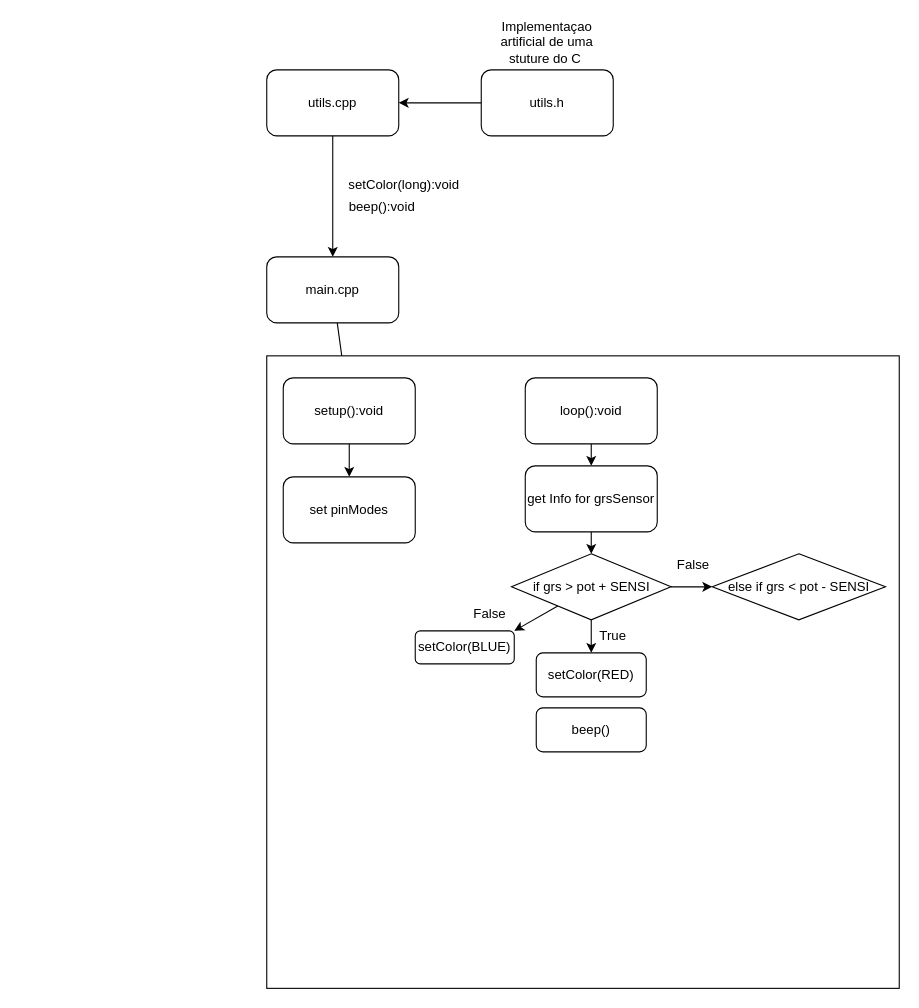
QuittoGames/Poligrafo_Cpp keeps this draw.io diagram as arquiteture.drawio. Above is the earlier version. Source tidied: cells renumbered, new cells numbered last; positions are measured from the earlier drawing's top-left corner, leaving out a move shared by most shapes. Both pictures are drawn from the tidied source at 110%, with x=0, y=0 at pixel (266, 25).
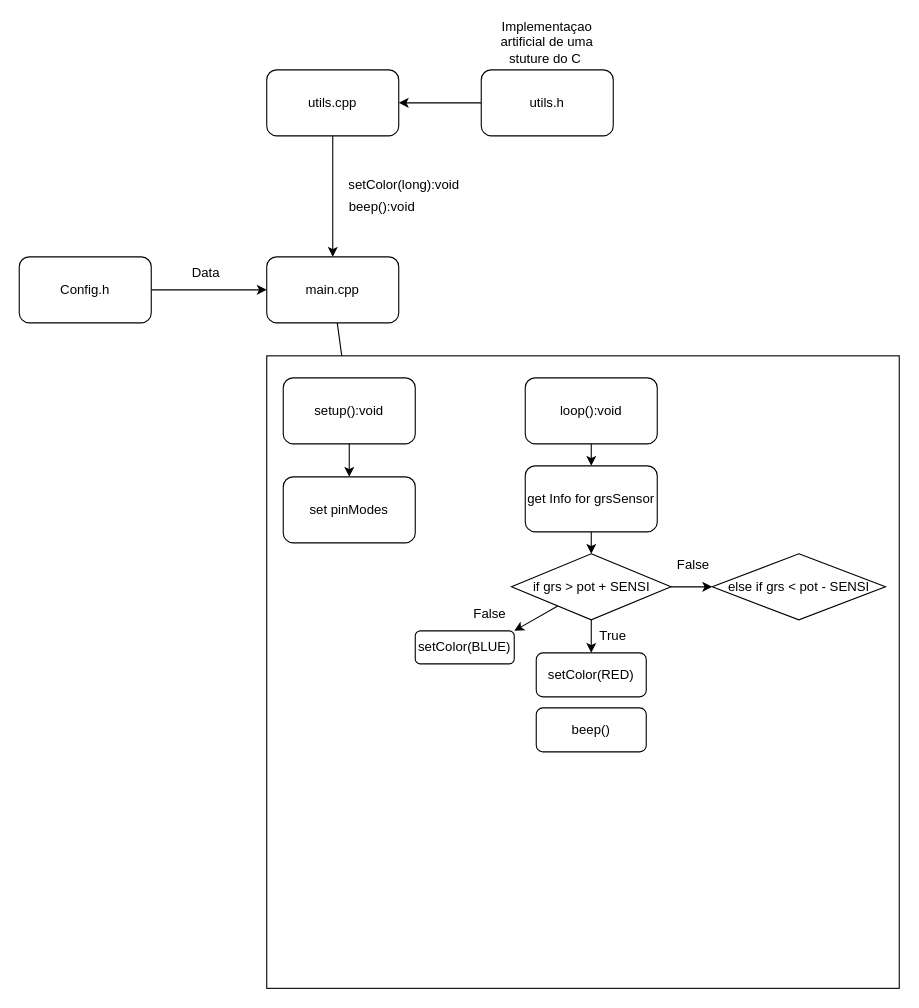
The same diagram, later.

Commit message (it also covers changes not shown here):
Refactor code structure by introducing Config and utils classes for better organization and maintainability

Unchanged cells that the change refers to:
```xml
<mxCell id="3" value="main.cpp" style="rounded=1;whiteSpace=wrap;html=1;" parent="1" vertex="1">
  <mxGeometry y="210" width="120" height="60" as="geometry" />
</mxCell>
```

Change to the diagram source:
```diff
@@
+    <mxCell id="30" style="edgeStyle=none;html=1;entryX=0;entryY=0.5;entryDx=0;entryDy=0;" parent="1" edge="1" source="31" target="3">
+      <mxGeometry relative="1" as="geometry" />
+    </mxCell>
+    <mxCell id="31" value="Config.h" style="rounded=1;whiteSpace=wrap;html=1;" parent="1" vertex="1">
+      <mxGeometry x="-225" y="210" width="120" height="60" as="geometry" />
+    </mxCell>
+    <mxCell id="32" value="Data" style="text;html=1;align=center;verticalAlign=middle;whiteSpace=wrap;rounded=0;" parent="1" vertex="1">
+      <mxGeometry x="-85" y="210" width="60" height="30" as="geometry" />
+    </mxCell>
```
